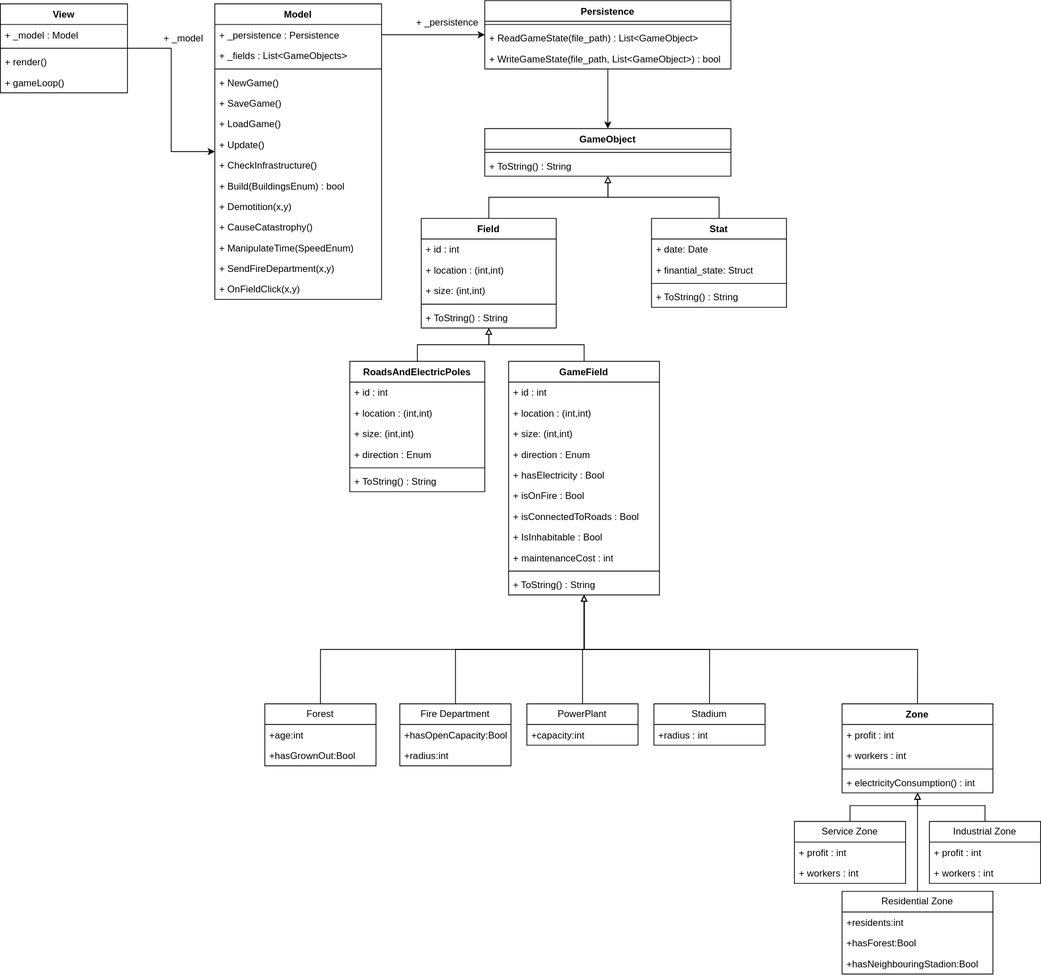
This is Meta/class-package-diag/class_diag.svg from IModer/Philosophers-Project, a draw.io export, as it was before one commit. Source tidied: cells renumbered, new cells last; positions are measured from the earlier drawing's top-left corner, leaving out a move shared by most shapes.
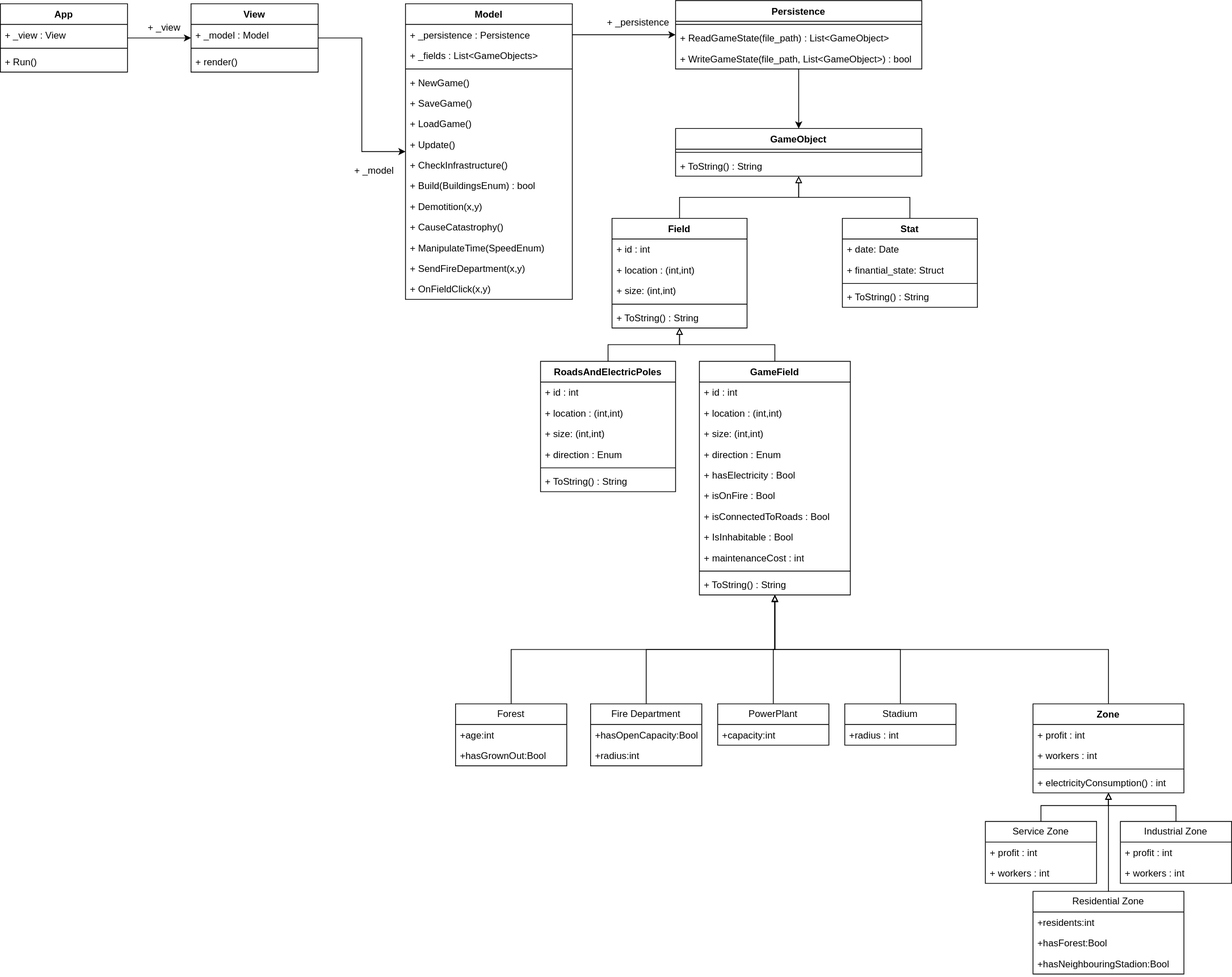
Later version of the same file.

Commit message:
App osztály hozzáadása a class/package diagrammhoz

The edit, as a diff of the source:
```diff
@@ -6,7 +6,7 @@
       <mxGeometry relative="1" as="geometry" />
     </mxCell>
     <mxCell id="3" value="View" style="swimlane;fontStyle=1;align=center;verticalAlign=top;horizontal=1;startSize=26;whiteSpace=wrap;html=1;" parent="1" vertex="1">
-      <mxGeometry y="4" width="160" height="112" as="geometry" />
+      <mxGeometry y="4" width="160" height="86" as="geometry" />
     </mxCell>
     <mxCell id="4" value="+ _model : Model" style="text;strokeColor=none;fillColor=none;align=left;verticalAlign=top;spacingLeft=4;spacingRight=4;overflow=hidden;whiteSpace=wrap;html=1;" parent="3" vertex="1">
       <mxGeometry y="26" width="160" height="26" as="geometry" />
@@ -17,9 +17,6 @@
     <mxCell id="6" value="+ render()&lt;br&gt;&lt;div&gt;&lt;br&gt;&lt;/div&gt;&lt;div&gt;&lt;br&gt;&lt;/div&gt;" style="text;strokeColor=none;fillColor=none;align=left;verticalAlign=top;spacingLeft=4;spacingRight=4;overflow=hidden;whiteSpace=wrap;html=1;" parent="3" vertex="1">
       <mxGeometry y="60" width="160" height="26" as="geometry" />
     </mxCell>
-    <mxCell id="7" value="+ gameLoop()" style="text;strokeColor=none;fillColor=none;align=left;verticalAlign=top;spacingLeft=4;spacingRight=4;overflow=hidden;whiteSpace=wrap;html=1;" parent="3" vertex="1">
-      <mxGeometry y="86" width="160" height="26" as="geometry" />
-    </mxCell>
     <mxCell id="8" style="edgeStyle=orthogonalEdgeStyle;rounded=0;jettySize=auto;html=1;exitX=1;exitY=0.5;exitDx=0;exitDy=0;" parent="1" edge="1" source="10" target="26">
       <mxGeometry relative="1" as="geometry" />
     </mxCell>
@@ -69,7 +66,7 @@
       <mxGeometry y="346" width="210" height="26" as="geometry" />
     </mxCell>
     <mxCell id="24" value="+ _model" style="text;strokeColor=none;fillColor=none;align=left;verticalAlign=top;spacingLeft=4;spacingRight=4;overflow=hidden;whiteSpace=wrap;html=1;" parent="1" vertex="1">
-      <mxGeometry x="200" y="34" width="70" height="26" as="geometry" />
+      <mxGeometry x="200" y="200" width="70" height="26" as="geometry" />
     </mxCell>
     <mxCell id="25" style="edgeStyle=orthogonalEdgeStyle;rounded=0;jettySize=auto;html=1;" parent="1" edge="1" source="26" target="30">
       <mxGeometry relative="1" as="geometry" />
@@ -299,5 +296,23 @@
     <mxCell id="100" value="+ _persistence " style="text;strokeColor=none;fillColor=none;align=left;verticalAlign=top;spacingLeft=4;spacingRight=4;overflow=hidden;whiteSpace=wrap;html=1;" parent="1" vertex="1">
       <mxGeometry x="518" y="14" width="92" height="26" as="geometry" />
     </mxCell>
+    <mxCell id="101" style="edgeStyle=orthogonalEdgeStyle;rounded=0;jettySize=auto;html=1;" parent="1" edge="1" source="102" target="3">
+      <mxGeometry relative="1" as="geometry" />
+    </mxCell>
+    <mxCell id="102" value="App" style="swimlane;fontStyle=1;align=center;verticalAlign=top;horizontal=1;startSize=26;whiteSpace=wrap;html=1;" parent="1" vertex="1">
+      <mxGeometry x="-240" y="4" width="160" height="86" as="geometry" />
+    </mxCell>
+    <mxCell id="103" value="+ _view : View" style="text;strokeColor=none;fillColor=none;align=left;verticalAlign=top;spacingLeft=4;spacingRight=4;overflow=hidden;whiteSpace=wrap;html=1;" parent="102" vertex="1">
+      <mxGeometry y="26" width="160" height="26" as="geometry" />
+    </mxCell>
+    <mxCell id="104" style="line;strokeWidth=1;fillColor=none;align=left;verticalAlign=middle;spacingTop=-1;spacingLeft=3;spacingRight=3;labelPosition=right;strokeColor=inherit;" parent="102" vertex="1">
+      <mxGeometry y="52" width="160" height="8" as="geometry" />
+    </mxCell>
+    <mxCell id="105" value="+ Run()" style="text;strokeColor=none;fillColor=none;align=left;verticalAlign=top;spacingLeft=4;spacingRight=4;overflow=hidden;whiteSpace=wrap;html=1;" parent="102" vertex="1">
+      <mxGeometry y="60" width="160" height="26" as="geometry" />
+    </mxCell>
+    <mxCell id="106" value="&lt;div&gt;+ _view&lt;/div&gt;" style="text;strokeColor=none;fillColor=none;align=left;verticalAlign=top;spacingLeft=4;spacingRight=4;overflow=hidden;whiteSpace=wrap;html=1;" parent="1" vertex="1">
+      <mxGeometry x="-60" y="20" width="60" height="26" as="geometry" />
+    </mxCell>
   </root>
 </mxGraphModel>
```
